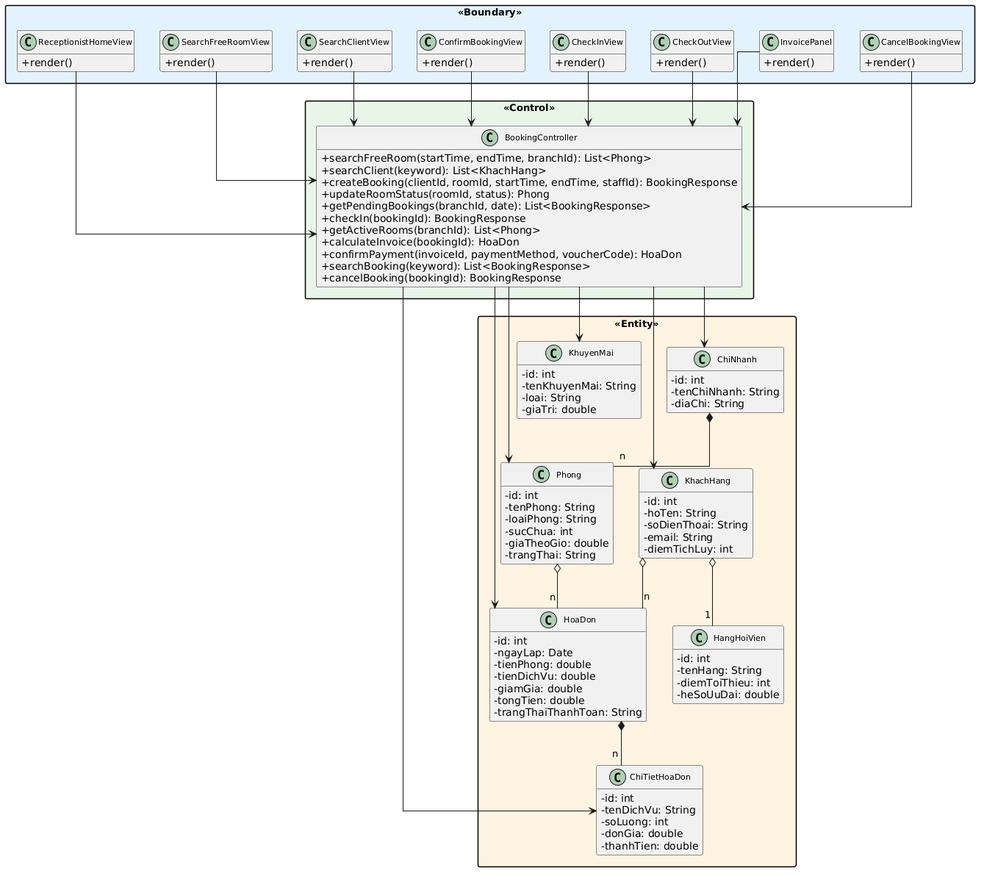
Earlier version of the PlantUML export output/diagrams/booking_mvc_class.png (thanhtrnnn/cnpm).
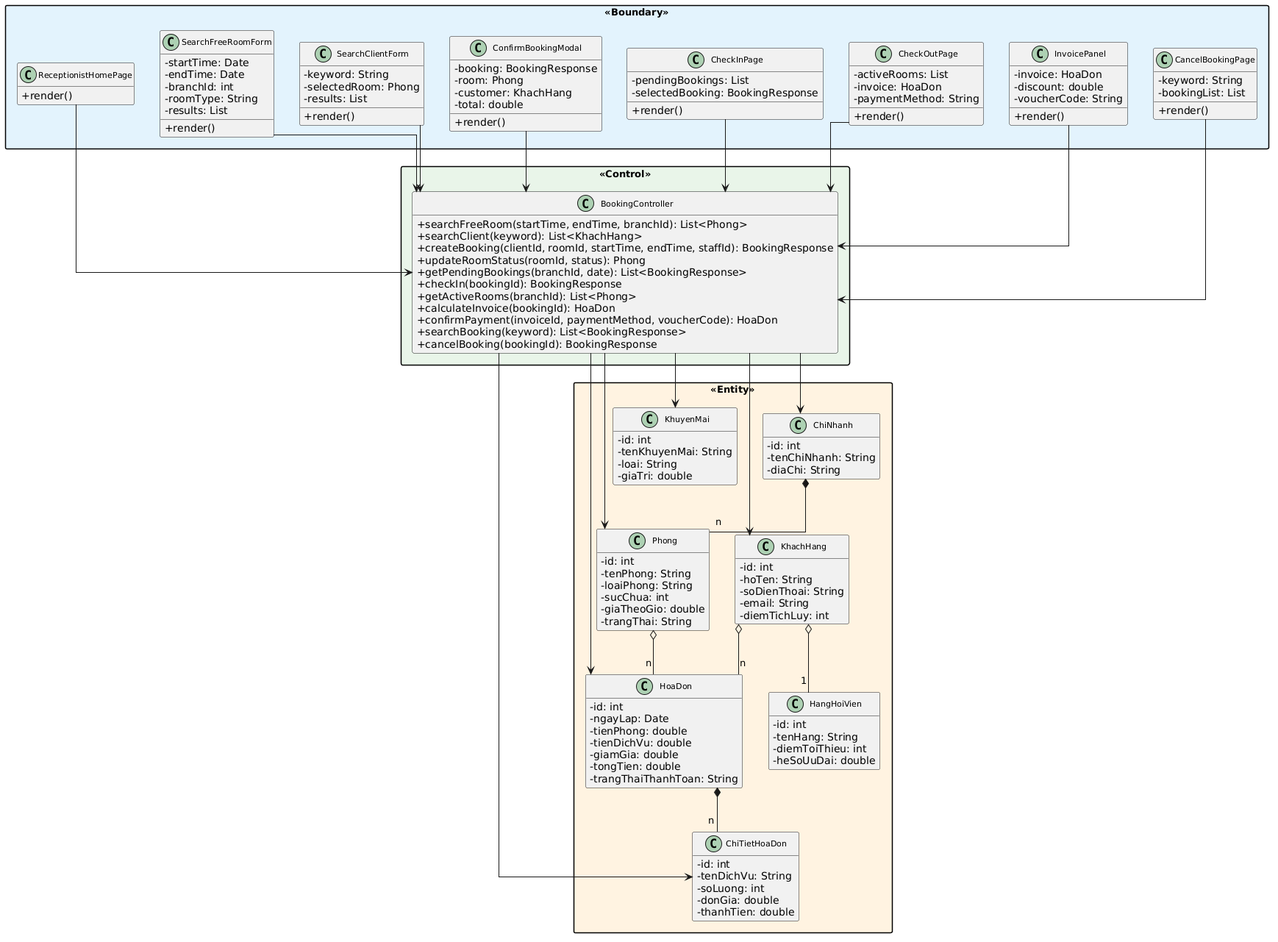
After the commit.

Change to the diagram source:
```diff
@@ -7,28 +7,50 @@
 hide empty members
 
 package "<<Boundary>>" #E3F2FD {
-  class ReceptionistHomeView {
+  class ReceptionistHomePage {
     +render()
   }
-  class SearchFreeRoomView {
+  class SearchFreeRoomForm {
+    -startTime: Date
+    -endTime: Date
+    -branchId: int
+    -roomType: String
+    -results: List
     +render()
   }
-  class SearchClientView {
+  class SearchClientForm {
+    -keyword: String
+    -selectedRoom: Phong
+    -results: List
     +render()
   }
-  class ConfirmBookingView {
+  class ConfirmBookingModal {
+    -booking: BookingResponse
+    -room: Phong
+    -customer: KhachHang
+    -total: double
     +render()
   }
-  class CheckInView {
+  class CheckInPage {
+    -pendingBookings: List
+    -selectedBooking: BookingResponse
     +render()
   }
-  class CheckOutView {
+  class CheckOutPage {
+    -activeRooms: List
+    -invoice: HoaDon
+    -paymentMethod: String
     +render()
   }
   class InvoicePanel {
+    -invoice: HoaDon
+    -discount: double
+    -voucherCode: String
     +render()
   }
-  class CancelBookingView {
+  class CancelBookingPage {
+    -keyword: String
+    -bookingList: List
     +render()
   }
 }
@@ -100,14 +122,14 @@
   }
 }
 
-ReceptionistHomeView --> BookingController
-SearchFreeRoomView --> BookingController
-SearchClientView --> BookingController
-ConfirmBookingView --> BookingController
-CheckInView --> BookingController
-CheckOutView --> BookingController
+ReceptionistHomePage --> BookingController
+SearchFreeRoomForm --> BookingController
+SearchClientForm --> BookingController
+ConfirmBookingModal --> BookingController
+CheckInPage --> BookingController
+CheckOutPage --> BookingController
 InvoicePanel --> BookingController
-CancelBookingView --> BookingController
+CancelBookingPage --> BookingController
 
 BookingController --> Phong
 BookingController --> KhachHang
```
